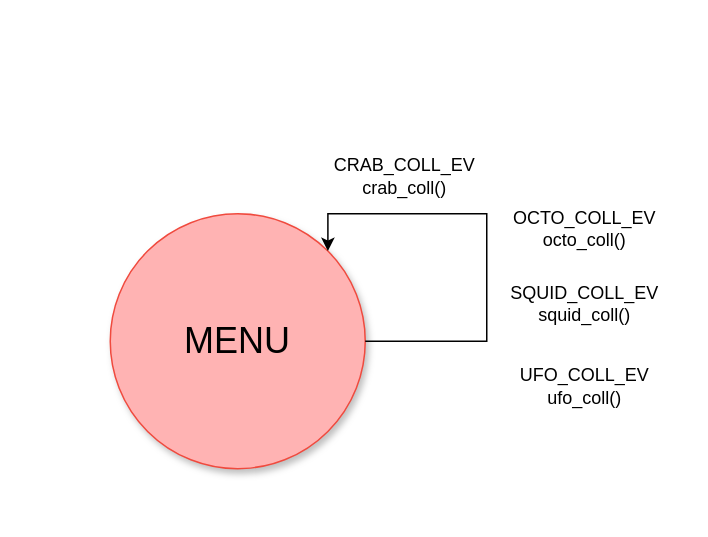
Earlier version of the draw.io diagram Backend/play_sketch.dio (KevinWahle/Programacion-1-TP-Integrador). Source tidied: cells renumbered, new cells numbered last; positions are measured from the earlier drawing's top-left corner, leaving out a move shared by most shapes. Both pictures are drawn from the tidied source at 150%, with x=0, y=0 at pixel (110, 153).
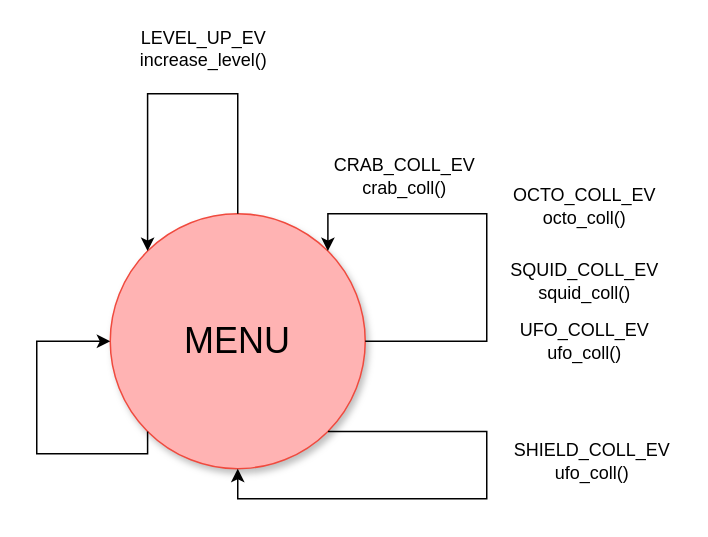
The same diagram, later.

Unchanged cells that the change refers to:
```xml
<mxCell id="2" value="&lt;font style=&quot;font-size: 24px&quot;&gt;MENU&lt;/font&gt;" style="ellipse;whiteSpace=wrap;html=1;shadow=1;fillColor=#FFB3B3;strokeColor=#F04A3E;" parent="1" vertex="1">
  <mxGeometry y="40" width="170" height="170" as="geometry" />
</mxCell>
```

The edit, as a diff of the source:
```diff
@@
     <mxCell id="4" value="OCTO_COLL_EV&lt;br&gt;octo_coll()" style="text;html=1;align=center;verticalAlign=middle;" parent="1" vertex="1">
-      <mxGeometry x="261" y="35" width="110" height="30" as="geometry" />
+      <mxGeometry x="261" y="20" width="110" height="30" as="geometry" />
     </mxCell>
     <mxCell id="5" value="SQUID_COLL_EV&lt;br&gt;squid_coll()" style="text;html=1;align=center;verticalAlign=middle;" parent="1" vertex="1">
-      <mxGeometry x="261" y="85" width="110" height="30" as="geometry" />
+      <mxGeometry x="261" y="70" width="110" height="30" as="geometry" />
     </mxCell>
@@
     <mxCell id="7" value="UFO_COLL_EV&lt;br&gt;ufo_coll()" style="text;html=1;align=center;verticalAlign=middle;" parent="1" vertex="1">
-      <mxGeometry x="266" y="140" width="100" height="30" as="geometry" />
+      <mxGeometry x="266" y="110" width="100" height="30" as="geometry" />
     </mxCell>
+    <mxCell id="8" style="edgeStyle=orthogonalEdgeStyle;rounded=0;orthogonalLoop=1;jettySize=auto;html=1;exitX=1;exitY=1;exitDx=0;exitDy=0;entryX=0.5;entryY=1;entryDx=0;entryDy=0;" parent="1" edge="1" source="2" target="2">
+      <mxGeometry relative="1" as="geometry">
+        <Array as="points">
+          <mxPoint x="251" y="185" />
+          <mxPoint x="251" y="230" />
+          <mxPoint x="85" y="230" />
+        </Array>
+      </mxGeometry>
+    </mxCell>
+    <mxCell id="9" value="SHIELD_COLL_EV&lt;br&gt;ufo_coll()" style="text;html=1;align=center;verticalAlign=middle;" parent="1" vertex="1">
+      <mxGeometry x="261" y="190" width="120" height="30" as="geometry" />
+    </mxCell>
+    <mxCell id="10" style="edgeStyle=orthogonalEdgeStyle;rounded=0;orthogonalLoop=1;jettySize=auto;html=1;exitX=0.5;exitY=0;exitDx=0;exitDy=0;entryX=0;entryY=0;entryDx=0;entryDy=0;" parent="1" edge="1" source="2" target="2">
+      <mxGeometry relative="1" as="geometry">
+        <Array as="points">
+          <mxPoint x="85" y="-40" />
+          <mxPoint x="25" y="-40" />
+        </Array>
+      </mxGeometry>
+    </mxCell>
+    <mxCell id="11" value="LEVEL_UP_EV&lt;br&gt;increase_level()&lt;br&gt;" style="text;html=1;align=center;verticalAlign=middle;" parent="1" vertex="1">
+      <mxGeometry x="12" y="-85" width="100" height="30" as="geometry" />
+    </mxCell>
+    <mxCell id="12" style="edgeStyle=orthogonalEdgeStyle;rounded=0;orthogonalLoop=1;jettySize=auto;html=1;exitX=0;exitY=1;exitDx=0;exitDy=0;entryX=0;entryY=0.5;entryDx=0;entryDy=0;" parent="1" edge="1" source="2" target="2">
+      <mxGeometry relative="1" as="geometry">
+        <Array as="points">
+          <mxPoint x="25" y="200" />
+          <mxPoint x="-49" y="200" />
+          <mxPoint x="-49" y="125" />
+        </Array>
+      </mxGeometry>
+    </mxCell>
```
